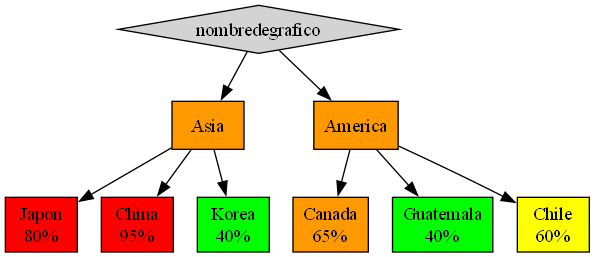
The Graphviz diagram Proyecto1/grafo.png in Brandon22023/-LFP-2S24Proyectos_202300813, before a commit. Its source is kept beside it as Proyecto1/grafo.dot. Source of this version:
```dot
digraph Grafo {
node [shape=box, style=filled];
n0 [label= "nombredegrafico", shape=diamond];
n1 [label="Asia", fillcolor="#FF9900"];
n2 [label="America", fillcolor="#FF9900"];
n3 [label="Japon\n80%", fillcolor="#FF0000"];
n4 [label="China\n95%", fillcolor="#FF0000"];
n5 [label="Korea\n40%", fillcolor="#00FF00"];
n6 [label="Canada\n65%", fillcolor="#FF9900"];
n7 [label="Guatemala\n40%", fillcolor="#00FF00"];
n8 [label="Chile\n60%", fillcolor="#FFFF00"];
n0 -> n1;
n0 -> n2;
n1 -> n3;
n1 -> n4;
n1 -> n5;
n2 -> n6;
n2 -> n7;
n2 -> n8;
}
```
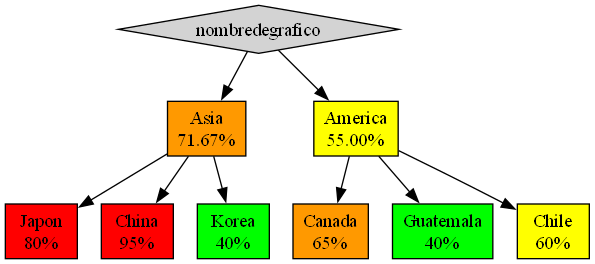
Later version of the same file.

Change to the diagram source:
```diff
@@ -1,8 +1,8 @@
 digraph Grafo {
 node [shape=box, style=filled];
 n0 [label= "nombredegrafico", shape=diamond];
-n1 [label="Asia", fillcolor="#FF9900"];
-n2 [label="America", fillcolor="#FF9900"];
+n1 [label="Asia\n71.67%", fillcolor="#FF9900"];
+n2 [label="America\n55.00%", fillcolor="#FFFF00"];
 n3 [label="Japon\n80%", fillcolor="#FF0000"];
 n4 [label="China\n95%", fillcolor="#FF0000"];
 n5 [label="Korea\n40%", fillcolor="#00FF00"];
```
